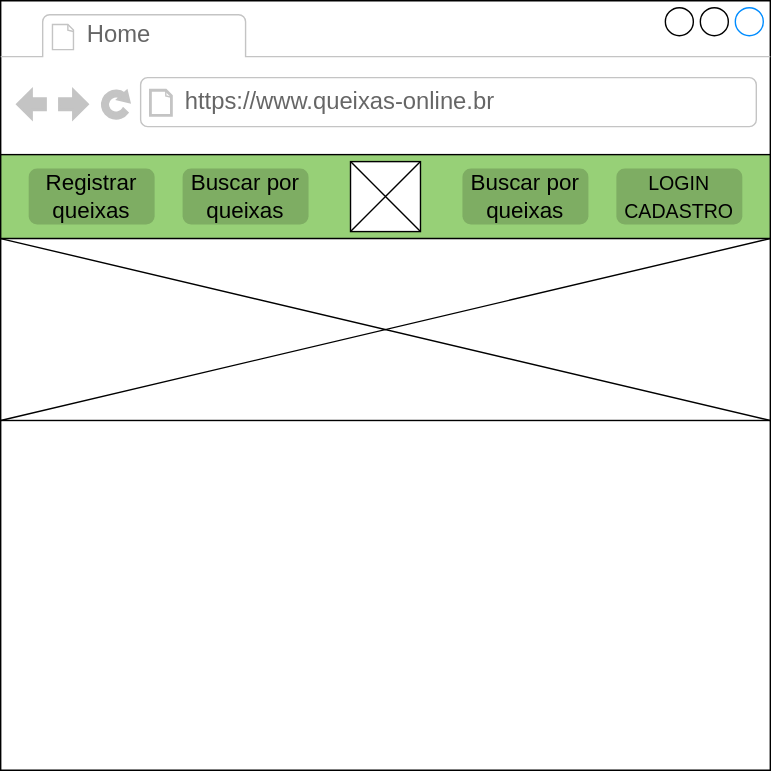
Before: home.svg, a diagram exported from draw.io (AndreSerpaPlewka/queixas-online). Source tidied: cells renumbered, new cells last; positions are measured from the earlier drawing's top-left corner, leaving out a move shared by most shapes.
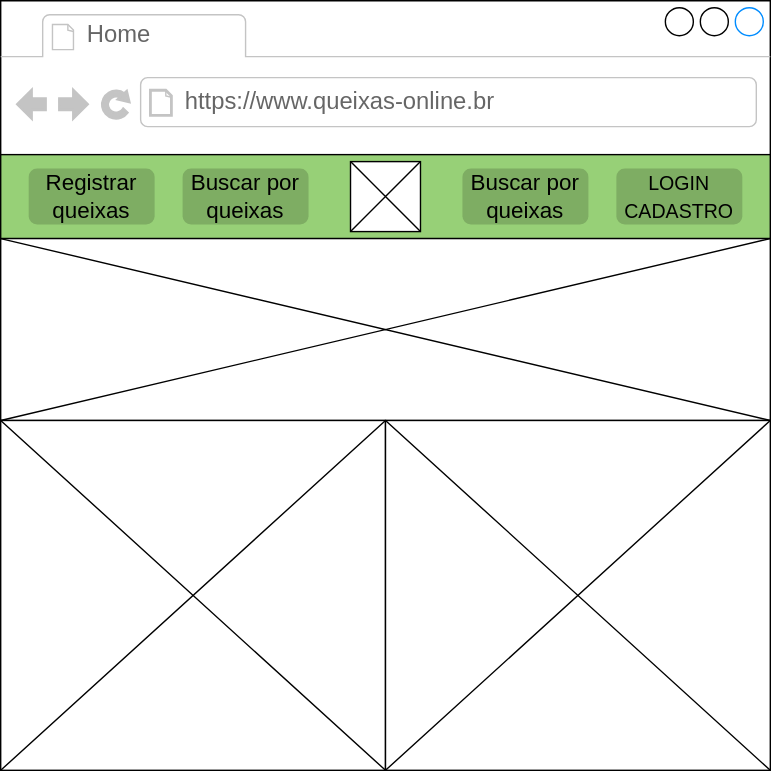
Later version of the same file.

The edit, as a diff of the source:
```diff
@@ -32,5 +32,11 @@
     <mxCell id="11" value="Buscar por queixas" style="text;html=1;align=center;verticalAlign=middle;whiteSpace=wrap;rounded=1;fontSize=16;fillColor=#7EAD63;perimeterSpacing=1;" parent="2" vertex="1">
       <mxGeometry x="130" y="120" width="90" height="40" as="geometry" />
     </mxCell>
+    <mxCell id="12" style="verticalLabelPosition=bottom;shadow=0;dashed=0;align=center;html=1;verticalAlign=top;strokeWidth=1;shape=mxgraph.mockup.graphics.simpleIcon;fontSize=16;" parent="2" vertex="1">
+      <mxGeometry y="300" width="275" height="250" as="geometry" />
+    </mxCell>
+    <mxCell id="13" style="verticalLabelPosition=bottom;shadow=0;dashed=0;align=center;html=1;verticalAlign=top;strokeWidth=1;shape=mxgraph.mockup.graphics.simpleIcon;fontSize=16;" parent="2" vertex="1">
+      <mxGeometry x="275" y="300" width="275" height="250" as="geometry" />
+    </mxCell>
   </root>
 </mxGraphModel>
```
